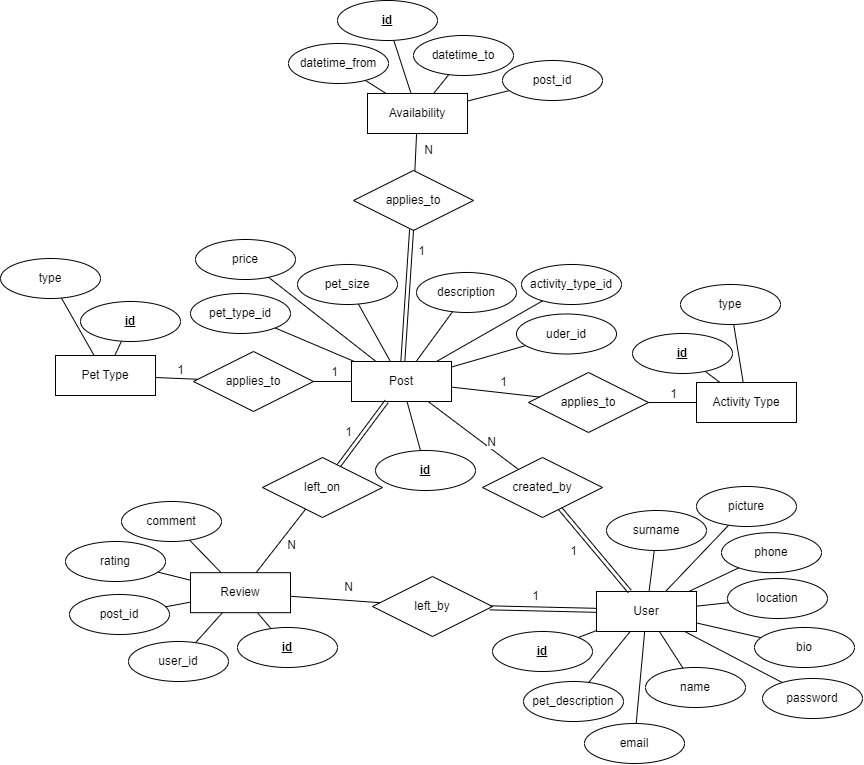
Earlier version of the draw.io export ER_FluffyFootsteps.png (IskraNa/FurryFootsteps). Source tidied: cells renumbered, new cells last; positions are measured from the earlier drawing's top-left corner, leaving out a move shared by most shapes.
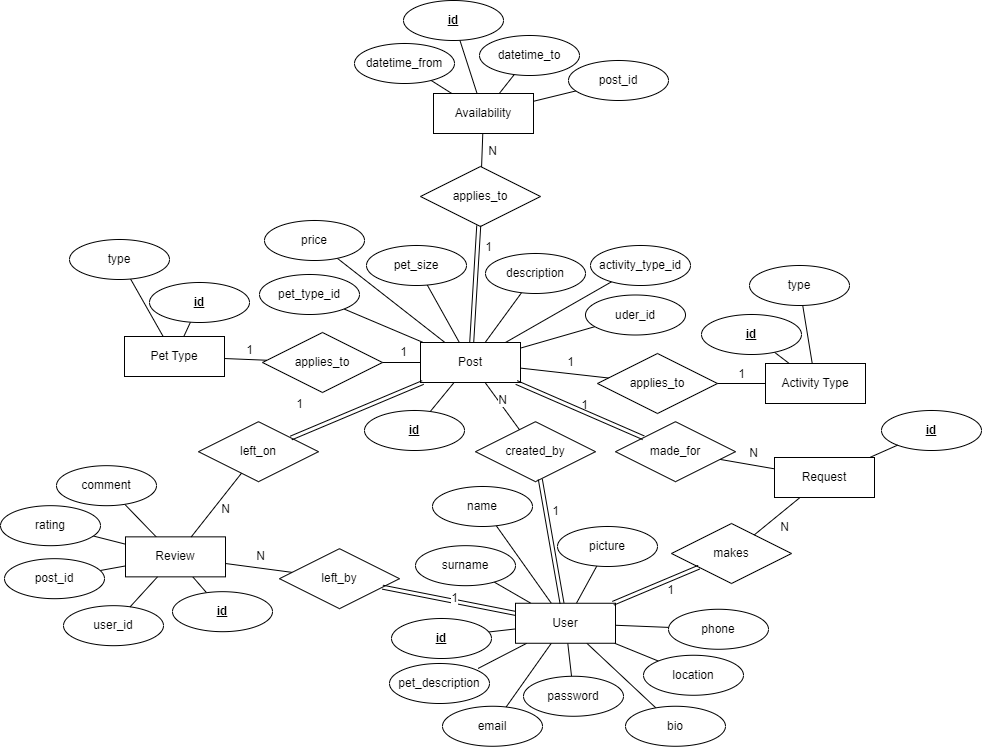
After the change.

Commit message:
Made an update to ER Diagram

Change to the diagram source:
```diff
@@ -23,47 +23,51 @@
     <mxCell id="8" style="edgeStyle=none;rounded=0;jettySize=auto;html=1;strokeColor=default;align=center;verticalAlign=middle;fontFamily=Helvetica;fontSize=12;fontColor=default;labelBackgroundColor=default;endArrow=none;endFill=0;" parent="1" edge="1" source="12" target="20">
       <mxGeometry relative="1" as="geometry" />
     </mxCell>
-    <mxCell id="9" style="edgeStyle=none;rounded=0;jettySize=auto;html=1;strokeColor=default;align=center;verticalAlign=middle;fontFamily=Helvetica;fontSize=12;fontColor=default;labelBackgroundColor=default;endArrow=none;endFill=0;" parent="1" edge="1" source="12" target="21">
-      <mxGeometry relative="1" as="geometry" />
+    <mxCell id="9" style="edgeStyle=none;rounded=0;jettySize=auto;html=1;strokeColor=default;align=center;verticalAlign=middle;fontFamily=Helvetica;fontSize=12;fontColor=default;labelBackgroundColor=default;endArrow=none;endFill=0;" parent="1" edge="1" source="12">
+      <mxGeometry relative="1" as="geometry">
+        <mxPoint x="408.6" y="686.9" as="targetPoint" />
+      </mxGeometry>
     </mxCell>
     <mxCell id="10" style="edgeStyle=none;rounded=0;jettySize=auto;html=1;strokeColor=default;align=center;verticalAlign=middle;fontFamily=Helvetica;fontSize=12;fontColor=default;labelBackgroundColor=default;endArrow=none;endFill=0;" parent="1" edge="1" source="12" target="13">
       <mxGeometry relative="1" as="geometry" />
     </mxCell>
-    <mxCell id="11" style="edgeStyle=none;rounded=0;jettySize=auto;html=1;strokeColor=default;align=center;verticalAlign=middle;fontFamily=Helvetica;fontSize=12;fontColor=default;labelBackgroundColor=default;endArrow=none;endFill=0;" parent="1" edge="1" source="12" target="22">
-      <mxGeometry relative="1" as="geometry" />
+    <mxCell id="11" style="edgeStyle=none;rounded=0;jettySize=auto;html=1;strokeColor=default;align=center;verticalAlign=middle;fontFamily=Helvetica;fontSize=12;fontColor=default;labelBackgroundColor=default;endArrow=none;endFill=0;" parent="1" edge="1" source="12">
+      <mxGeometry relative="1" as="geometry">
+        <mxPoint x="412.1" y="651.3" as="targetPoint" />
+      </mxGeometry>
     </mxCell>
     <mxCell id="12" value="User" style="whiteSpace=wrap;html=1;align=center;" parent="1" vertex="1">
-      <mxGeometry x="596" y="591" width="100" height="40" as="geometry" />
+      <mxGeometry x="446" y="621.8" width="100" height="40" as="geometry" />
     </mxCell>
     <mxCell id="13" value="name" style="ellipse;whiteSpace=wrap;html=1;align=center;" parent="1" vertex="1">
-      <mxGeometry x="645" y="667" width="100" height="40" as="geometry" />
+      <mxGeometry x="363" y="505" width="100" height="40" as="geometry" />
     </mxCell>
     <mxCell id="14" value="surname" style="ellipse;whiteSpace=wrap;html=1;align=center;" parent="1" vertex="1">
-      <mxGeometry x="606" y="510" width="100" height="40" as="geometry" />
+      <mxGeometry x="346" y="564.2" width="100" height="40" as="geometry" />
     </mxCell>
     <mxCell id="15" value="picture" style="ellipse;whiteSpace=wrap;html=1;align=center;" parent="1" vertex="1">
-      <mxGeometry x="696" y="486" width="100" height="40" as="geometry" />
+      <mxGeometry x="488" y="545" width="100" height="40" as="geometry" />
     </mxCell>
     <mxCell id="16" value="location" style="ellipse;whiteSpace=wrap;html=1;align=center;" parent="1" vertex="1">
-      <mxGeometry x="727" y="578" width="100" height="40" as="geometry" />
+      <mxGeometry x="574" y="673.8" width="100" height="40" as="geometry" />
     </mxCell>
     <mxCell id="17" value="phone" style="ellipse;whiteSpace=wrap;html=1;align=center;" parent="1" vertex="1">
-      <mxGeometry x="721" y="532.2" width="100" height="40" as="geometry" />
+      <mxGeometry x="599" y="627.8" width="100" height="40" as="geometry" />
     </mxCell>
     <mxCell id="18" value="bio" style="ellipse;whiteSpace=wrap;html=1;align=center;" parent="1" vertex="1">
-      <mxGeometry x="754" y="627" width="100" height="40" as="geometry" />
+      <mxGeometry x="556" y="724.8" width="100" height="40" as="geometry" />
     </mxCell>
     <mxCell id="19" value="email" style="ellipse;whiteSpace=wrap;html=1;align=center;" parent="1" vertex="1">
-      <mxGeometry x="584" y="723" width="100" height="40" as="geometry" />
+      <mxGeometry x="373" y="724.8" width="100" height="40" as="geometry" />
     </mxCell>
     <mxCell id="20" value="password" style="ellipse;whiteSpace=wrap;html=1;align=center;" parent="1" vertex="1">
-      <mxGeometry x="762" y="678" width="100" height="40" as="geometry" />
+      <mxGeometry x="454" y="694.8" width="100" height="40" as="geometry" />
     </mxCell>
     <mxCell id="21" value="pet_description" style="ellipse;whiteSpace=wrap;html=1;align=center;" parent="1" vertex="1">
-      <mxGeometry x="523" y="681" width="100" height="40" as="geometry" />
+      <mxGeometry x="320" y="682" width="100" height="40" as="geometry" />
     </mxCell>
     <mxCell id="22" value="&lt;b&gt;&lt;u&gt;id&lt;/u&gt;&lt;/b&gt;" style="ellipse;whiteSpace=wrap;html=1;align=center;" parent="1" vertex="1">
-      <mxGeometry x="492" y="631" width="100" height="40" as="geometry" />
+      <mxGeometry x="322" y="637" width="100" height="40" as="geometry" />
     </mxCell>
     <mxCell id="23" style="edgeStyle=none;curved=1;rounded=0;jettySize=auto;html=1;fontSize=12;endArrow=none;endFill=0;" parent="1" edge="1" source="30" target="32">
       <mxGeometry relative="1" as="geometry" />
@@ -108,7 +112,7 @@
       <mxGeometry x="195" y="239" width="100" height="40" as="geometry" />
     </mxCell>
     <mxCell id="37" value="&lt;b&gt;&lt;u&gt;id&lt;/u&gt;&lt;/b&gt;" style="ellipse;whiteSpace=wrap;html=1;align=center;" parent="1" vertex="1">
-      <mxGeometry x="375" y="450" width="100" height="40" as="geometry" />
+      <mxGeometry x="295" y="429" width="100" height="40" as="geometry" />
     </mxCell>
     <mxCell id="38" style="edgeStyle=none;rounded=0;jettySize=auto;html=1;strokeColor=default;align=center;verticalAlign=middle;fontFamily=Helvetica;fontSize=12;fontColor=default;labelBackgroundColor=default;endArrow=none;endFill=0;" parent="1" edge="1" source="40" target="41">
       <mxGeometry relative="1" as="geometry" />
@@ -153,19 +157,19 @@
       <mxGeometry relative="1" as="geometry" />
     </mxCell>
     <mxCell id="52" value="Availability" style="whiteSpace=wrap;html=1;align=center;" parent="1" vertex="1">
-      <mxGeometry x="367" y="93" width="100" height="40" as="geometry" />
+      <mxGeometry x="364" y="112" width="100" height="40" as="geometry" />
     </mxCell>
     <mxCell id="53" value="datetime_from" style="ellipse;whiteSpace=wrap;html=1;align=center;" parent="1" vertex="1">
-      <mxGeometry x="288" y="43" width="100" height="40" as="geometry" />
+      <mxGeometry x="285" y="62" width="100" height="40" as="geometry" />
     </mxCell>
     <mxCell id="54" value="&lt;b&gt;&lt;u&gt;id&lt;/u&gt;&lt;/b&gt;" style="ellipse;whiteSpace=wrap;html=1;align=center;" parent="1" vertex="1">
-      <mxGeometry x="337" width="100" height="40" as="geometry" />
+      <mxGeometry x="334" y="19" width="100" height="40" as="geometry" />
     </mxCell>
     <mxCell id="55" value="datetime_to" style="ellipse;whiteSpace=wrap;html=1;align=center;" parent="1" vertex="1">
-      <mxGeometry x="413" y="35" width="100" height="40" as="geometry" />
+      <mxGeometry x="410" y="54" width="100" height="40" as="geometry" />
     </mxCell>
     <mxCell id="56" value="post_id" style="ellipse;whiteSpace=wrap;html=1;align=center;" parent="1" vertex="1">
-      <mxGeometry x="502" y="60" width="100" height="40" as="geometry" />
+      <mxGeometry x="499" y="79" width="100" height="40" as="geometry" />
     </mxCell>
     <mxCell id="57" style="edgeStyle=none;rounded=0;jettySize=auto;html=1;strokeColor=default;align=center;verticalAlign=middle;fontFamily=Helvetica;fontSize=12;fontColor=default;labelBackgroundColor=default;endArrow=none;endFill=0;" parent="1" edge="1" source="61" target="62">
       <mxGeometry relative="1" as="geometry" />
@@ -180,35 +184,35 @@
       <mxGeometry relative="1" as="geometry" />
     </mxCell>
     <mxCell id="61" value="Review" style="whiteSpace=wrap;html=1;align=center;" parent="1" vertex="1">
-      <mxGeometry x="190" y="572.2" width="100" height="40" as="geometry" />
+      <mxGeometry x="56" y="555.4" width="100" height="40" as="geometry" />
     </mxCell>
     <mxCell id="62" value="comment" style="ellipse;whiteSpace=wrap;html=1;align=center;" parent="1" vertex="1">
-      <mxGeometry x="121" y="501" width="100" height="40" as="geometry" />
+      <mxGeometry x="-13" y="484.2" width="100" height="40" as="geometry" />
     </mxCell>
     <mxCell id="63" value="&lt;b&gt;&lt;u&gt;id&lt;/u&gt;&lt;/b&gt;" style="ellipse;whiteSpace=wrap;html=1;align=center;" parent="1" vertex="1">
-      <mxGeometry x="237" y="627" width="100" height="40" as="geometry" />
+      <mxGeometry x="103" y="610.2" width="100" height="40" as="geometry" />
     </mxCell>
     <mxCell id="64" value="rating" style="ellipse;whiteSpace=wrap;html=1;align=center;" parent="1" vertex="1">
-      <mxGeometry x="65" y="541" width="100" height="40" as="geometry" />
+      <mxGeometry x="-69" y="524.2" width="100" height="40" as="geometry" />
     </mxCell>
     <mxCell id="65" value="post_id" style="ellipse;whiteSpace=wrap;html=1;align=center;" parent="1" vertex="1">
-      <mxGeometry x="69" y="594" width="100" height="40" as="geometry" />
+      <mxGeometry x="-65" y="577.2" width="100" height="40" as="geometry" />
     </mxCell>
     <mxCell id="66" value="user_id" style="ellipse;whiteSpace=wrap;html=1;align=center;" parent="1" vertex="1">
-      <mxGeometry x="128" y="641" width="100" height="40" as="geometry" />
+      <mxGeometry x="-6" y="624.2" width="100" height="40" as="geometry" />
     </mxCell>
     <mxCell id="67" style="edgeStyle=none;rounded=0;jettySize=auto;html=1;strokeColor=default;align=center;verticalAlign=middle;fontFamily=Helvetica;fontSize=12;fontColor=default;labelBackgroundColor=default;endArrow=none;endFill=0;" parent="1" edge="1" source="66" target="61">
       <mxGeometry relative="1" as="geometry" />
     </mxCell>
     <mxCell id="68" value="created_by" style="shape=rhombus;perimeter=rhombusPerimeter;whiteSpace=wrap;html=1;align=center;fontFamily=Helvetica;fontSize=12;fontColor=default;labelBackgroundColor=default;" parent="1" vertex="1">
-      <mxGeometry x="482" y="457" width="120" height="60" as="geometry" />
+      <mxGeometry x="406" y="440.2" width="120" height="60" as="geometry" />
     </mxCell>
     <mxCell id="69" style="shape=link;html=1;rounded=0;strokeColor=default;align=center;verticalAlign=middle;fontFamily=Helvetica;fontSize=12;fontColor=default;labelBackgroundColor=default;edgeStyle=none;endArrow=none;endFill=0;" parent="1" edge="1" source="68" target="12">
       <mxGeometry relative="1" as="geometry" />
     </mxCell>
     <mxCell id="70" value="1" style="html=1;whiteSpace=wrap;align=right;verticalAlign=bottom;fontFamily=Helvetica;fontSize=12;fontColor=default;labelBackgroundColor=default;" parent="69" vertex="1">
       <mxGeometry x="1" relative="1" as="geometry">
-        <mxPoint x="-53" y="-34" as="offset" />
+        <mxPoint x="-2" y="-84" as="offset" />
       </mxGeometry>
     </mxCell>
     <mxCell id="71" style="endArrow=none;html=1;rounded=0;strokeColor=default;align=center;verticalAlign=middle;fontFamily=Helvetica;fontSize=12;fontColor=default;labelBackgroundColor=default;edgeStyle=none;" parent="1" edge="1" source="30" target="68">
@@ -216,11 +220,11 @@
     </mxCell>
     <mxCell id="72" value="N" style="html=1;whiteSpace=wrap;align=right;verticalAlign=bottom;fontFamily=Helvetica;fontSize=12;fontColor=default;labelBackgroundColor=default;" parent="71" vertex="1">
       <mxGeometry x="1" relative="1" as="geometry">
-        <mxPoint x="-22" y="-20" as="offset" />
+        <mxPoint x="-12" y="-22" as="offset" />
       </mxGeometry>
     </mxCell>
     <mxCell id="73" value="left_on" style="shape=rhombus;perimeter=rhombusPerimeter;whiteSpace=wrap;html=1;align=center;fontFamily=Helvetica;fontSize=12;fontColor=default;labelBackgroundColor=default;" parent="1" vertex="1">
-      <mxGeometry x="262" y="457" width="120" height="60" as="geometry" />
+      <mxGeometry x="129" y="440.2" width="120" height="60" as="geometry" />
     </mxCell>
     <mxCell id="74" style="shape=link;html=1;rounded=0;strokeColor=default;align=center;verticalAlign=middle;fontFamily=Helvetica;fontSize=12;fontColor=default;labelBackgroundColor=default;edgeStyle=none;endArrow=none;endFill=0;" parent="1" edge="1" source="30" target="73">
       <mxGeometry relative="1" as="geometry" />
@@ -239,7 +243,7 @@
       </mxGeometry>
     </mxCell>
     <mxCell id="78" value="left_by" style="shape=rhombus;perimeter=rhombusPerimeter;whiteSpace=wrap;html=1;align=center;fontFamily=Helvetica;fontSize=12;fontColor=default;labelBackgroundColor=default;" parent="1" vertex="1">
-      <mxGeometry x="372" y="576" width="120" height="60" as="geometry" />
+      <mxGeometry x="210" y="567.2" width="120" height="60" as="geometry" />
     </mxCell>
     <mxCell id="79" style="shape=link;html=1;rounded=0;strokeColor=default;align=center;verticalAlign=middle;fontFamily=Helvetica;fontSize=12;fontColor=default;labelBackgroundColor=default;edgeStyle=none;endArrow=none;endFill=0;" parent="1" edge="1" source="78" target="12">
       <mxGeometry relative="1" as="geometry" />
@@ -258,7 +262,7 @@
       </mxGeometry>
     </mxCell>
     <mxCell id="83" value="applies_to" style="shape=rhombus;perimeter=rhombusPerimeter;whiteSpace=wrap;html=1;align=center;fontFamily=Helvetica;fontSize=12;fontColor=default;labelBackgroundColor=default;" parent="1" vertex="1">
-      <mxGeometry x="353" y="170" width="120" height="60" as="geometry" />
+      <mxGeometry x="351" y="185" width="120" height="60" as="geometry" />
     </mxCell>
     <mxCell id="84" style="shape=link;html=1;rounded=0;strokeColor=default;align=center;verticalAlign=middle;fontFamily=Helvetica;fontSize=12;fontColor=default;labelBackgroundColor=default;edgeStyle=none;endArrow=none;endFill=0;" parent="1" edge="1" source="30" target="83">
       <mxGeometry relative="1" as="geometry" />
@@ -273,7 +277,7 @@
     </mxCell>
     <mxCell id="87" value="N" style="html=1;whiteSpace=wrap;align=right;verticalAlign=bottom;fontFamily=Helvetica;fontSize=12;fontColor=default;labelBackgroundColor=default;" parent="86" vertex="1">
       <mxGeometry x="1" relative="1" as="geometry">
-        <mxPoint x="18" y="-14" as="offset" />
+        <mxPoint x="16" y="-7" as="offset" />
       </mxGeometry>
     </mxCell>
     <mxCell id="88" value="applies_to" style="shape=rhombus;perimeter=rhombusPerimeter;whiteSpace=wrap;html=1;align=center;fontFamily=Helvetica;fontSize=12;fontColor=default;labelBackgroundColor=default;" parent="1" vertex="1">
@@ -314,5 +318,52 @@
         <mxPoint x="-33" y="-8" as="offset" />
       </mxGeometry>
     </mxCell>
+    <mxCell id="98" value="Request" style="whiteSpace=wrap;html=1;align=center;" parent="1" vertex="1">
+      <mxGeometry x="705" y="476" width="100" height="40" as="geometry" />
+    </mxCell>
+    <mxCell id="99" value="&lt;b&gt;&lt;u&gt;id&lt;/u&gt;&lt;/b&gt;" style="ellipse;whiteSpace=wrap;html=1;align=center;" parent="1" vertex="1">
+      <mxGeometry x="812" y="429" width="100" height="40" as="geometry" />
+    </mxCell>
+    <mxCell id="100" value="makes" style="shape=rhombus;perimeter=rhombusPerimeter;whiteSpace=wrap;html=1;align=center;fontFamily=Helvetica;fontSize=12;fontColor=default;labelBackgroundColor=default;" parent="1" vertex="1">
+      <mxGeometry x="602" y="542" width="120" height="60" as="geometry" />
+    </mxCell>
+    <mxCell id="101" style="edgeStyle=none;rounded=0;jettySize=auto;html=1;strokeColor=default;align=center;verticalAlign=middle;fontFamily=Helvetica;fontSize=12;fontColor=default;labelBackgroundColor=default;endArrow=none;endFill=0;" parent="1" edge="1" source="98" target="99">
+      <mxGeometry relative="1" as="geometry" />
+    </mxCell>
+    <mxCell id="102" value="made_for" style="shape=rhombus;perimeter=rhombusPerimeter;whiteSpace=wrap;html=1;align=center;fontFamily=Helvetica;fontSize=12;fontColor=default;labelBackgroundColor=default;" parent="1" vertex="1">
+      <mxGeometry x="546" y="440.2" width="120" height="60" as="geometry" />
+    </mxCell>
+    <mxCell id="103" style="endArrow=none;html=1;rounded=0;fontSize=12;startSize=8;endSize=8;" parent="1" edge="1" source="100" target="98">
+      <mxGeometry relative="1" as="geometry" />
+    </mxCell>
+    <mxCell id="104" value="N" style="html=1;whiteSpace=wrap;align=right;verticalAlign=bottom;" parent="103" vertex="1">
+      <mxGeometry x="1" relative="1" as="geometry">
+        <mxPoint x="-10" y="37" as="offset" />
+      </mxGeometry>
+    </mxCell>
+    <mxCell id="105" style="shape=link;html=1;rounded=0;fontSize=12;startSize=8;endSize=8;" parent="1" edge="1" source="100" target="12">
+      <mxGeometry relative="1" as="geometry" />
+    </mxCell>
+    <mxCell id="106" value="1" style="html=1;whiteSpace=wrap;align=right;verticalAlign=bottom;" parent="105" vertex="1">
+      <mxGeometry x="1" relative="1" as="geometry">
+        <mxPoint x="62" y="-5" as="offset" />
+      </mxGeometry>
+    </mxCell>
+    <mxCell id="107" style="shape=link;html=1;rounded=0;fontSize=12;startSize=8;endSize=8;" parent="1" edge="1" source="102" target="30">
+      <mxGeometry relative="1" as="geometry" />
+    </mxCell>
+    <mxCell id="108" value="1" style="html=1;whiteSpace=wrap;align=right;verticalAlign=bottom;" parent="107" vertex="1">
+      <mxGeometry x="1" relative="1" as="geometry">
+        <mxPoint x="73" y="31" as="offset" />
+      </mxGeometry>
+    </mxCell>
+    <mxCell id="109" style="endArrow=none;html=1;rounded=0;fontSize=12;startSize=8;endSize=8;" parent="1" edge="1" source="102" target="98">
+      <mxGeometry relative="1" as="geometry" />
+    </mxCell>
+    <mxCell id="110" value="N" style="html=1;whiteSpace=wrap;align=right;verticalAlign=bottom;" parent="1" vertex="1">
+      <mxGeometry x="730.5" y="563.1" as="geometry">
+        <mxPoint x="-41" y="-83" as="offset" />
+      </mxGeometry>
+    </mxCell>
   </root>
 </mxGraphModel>
```
